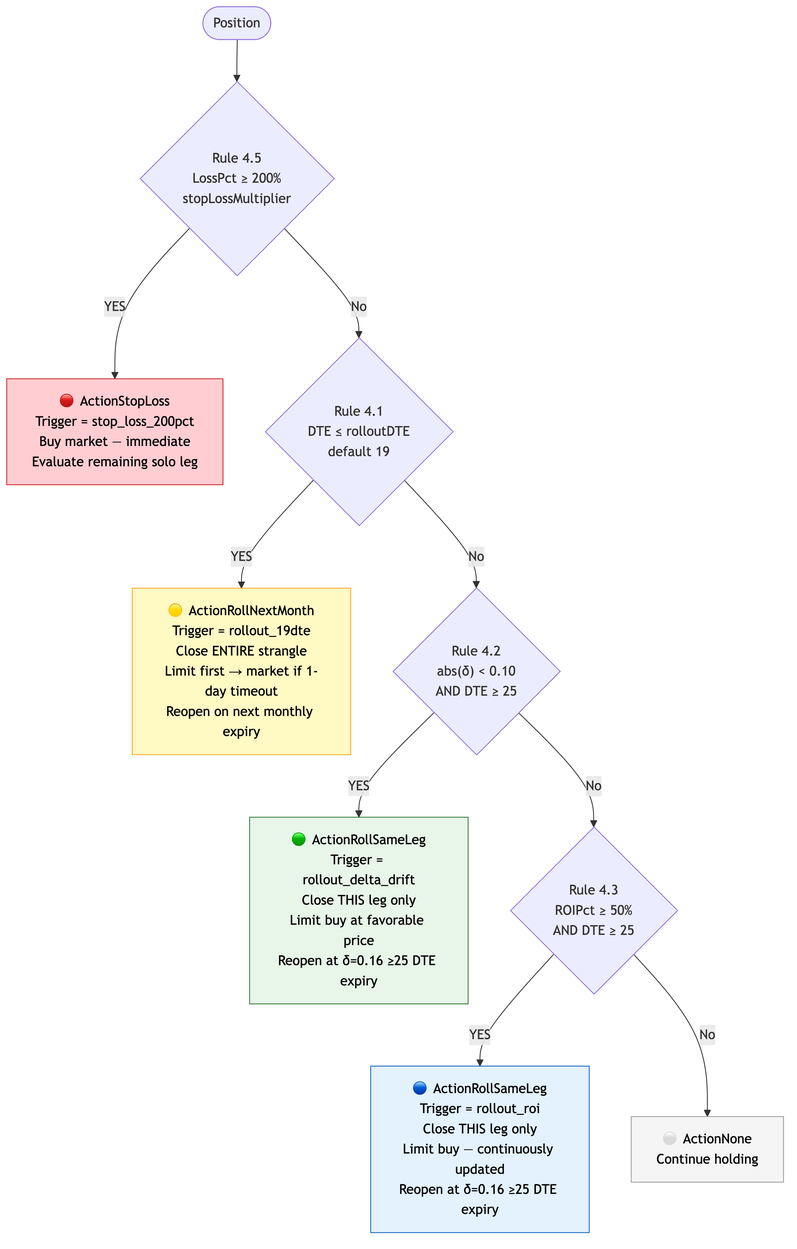
This is docs/strategy_rollout.png from rchau73/optionsBot, a Mermaid export, as it was before one commit. Its source is kept beside it as docs/strategy_rollout.mmd. Its diagram source:
```mermaid
flowchart TD
    A([Position]) --> B{Rule 4.5\nLossPct ≥ 200%\nstopLossMultiplier}
    B -->|"YES"| C["🔴 ActionStopLoss\nTrigger = stop_loss_200pct\nBuy market — immediate\nEvaluate remaining solo leg"]
    B -->|"No"| D{Rule 4.1\nDTE ≤ rolloutDTE\ndefault 19}
    D -->|"YES"| E["🟡 ActionRollNextMonth\nTrigger = rollout_19dte\nClose ENTIRE strangle\nLimit first → market if 1-day timeout\nReopen on next monthly expiry"]
    D -->|"No"| F{"Rule 4.2\nabs(δ) < 0.10\nAND DTE ≥ 25"}
    F -->|"YES"| G["🟢 ActionRollSameLeg\nTrigger = rollout_delta_drift\nClose THIS leg only\nLimit buy at favorable price\nReopen at δ=0.16 ≥25 DTE expiry"]
    F -->|"No"| H{"Rule 4.3\nROIPct ≥ 50%\nAND DTE ≥ 25"}
    H -->|"YES"| I["🔵 ActionRollSameLeg\nTrigger = rollout_roi\nClose THIS leg only\nLimit buy — continuously updated\nReopen at δ=0.16 ≥25 DTE expiry"]
    H -->|"No"| J["⚪ ActionNone\nContinue holding"]

    style C fill:#ffcdd2,stroke:#c62828,color:#000
    style E fill:#fff9c4,stroke:#f9a825,color:#000
    style G fill:#e8f5e9,stroke:#2e7d32,color:#000
    style I fill:#e3f2fd,stroke:#1565c0,color:#000
    style J fill:#f5f5f5,stroke:#9e9e9e,color:#000
```
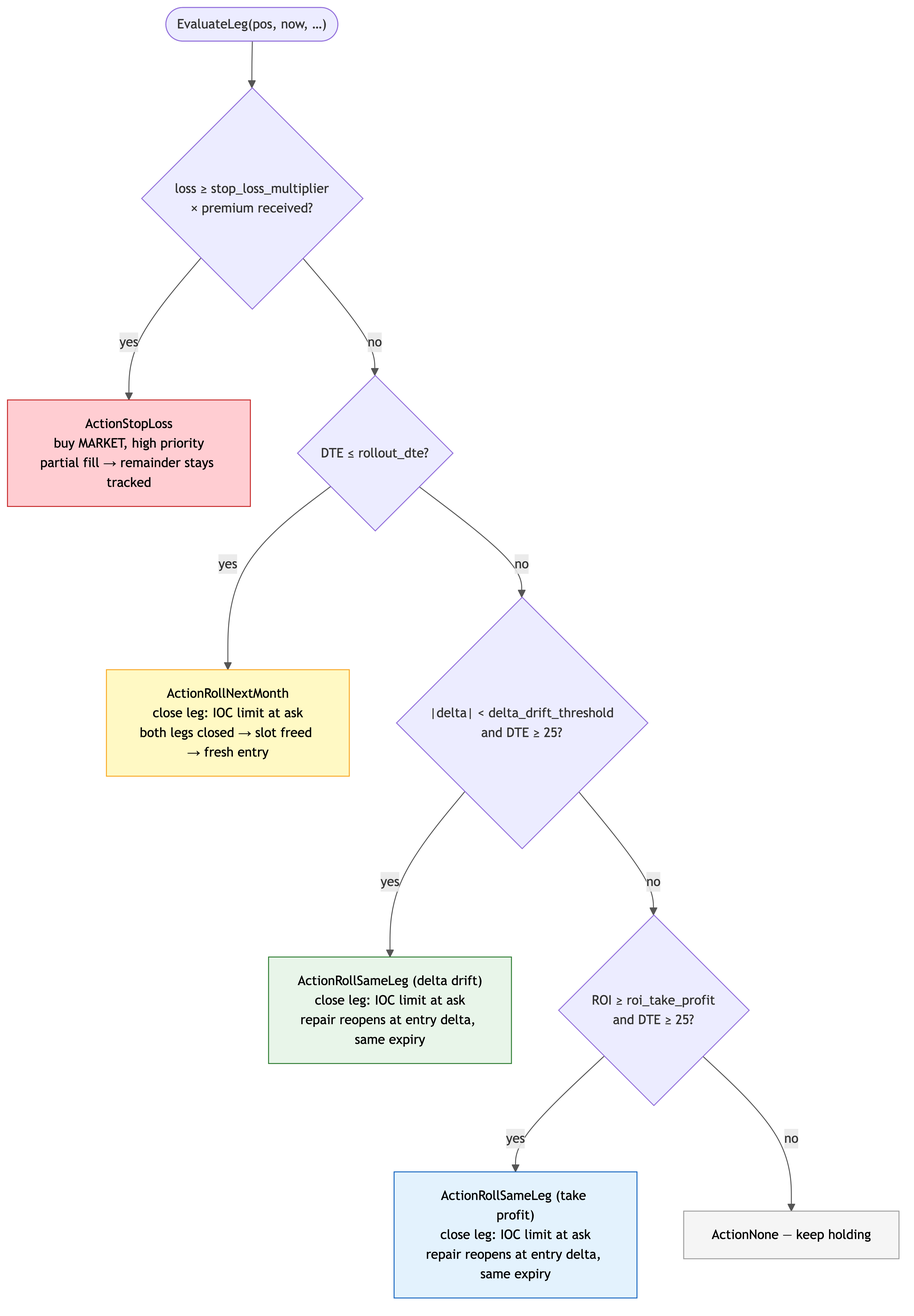
The same diagram one commit later.

The edit, as a diff of the source:
```diff
@@ -1,14 +1,13 @@
 flowchart TD
-    A([Position]) --> B{Rule 4.5\nLossPct ≥ 200%\nstopLossMultiplier}
-    B -->|"YES"| C["🔴 ActionStopLoss\nTrigger = stop_loss_200pct\nBuy market — immediate\nEvaluate remaining solo leg"]
-    B -->|"No"| D{Rule 4.1\nDTE ≤ rolloutDTE\ndefault 19}
-    D -->|"YES"| E["🟡 ActionRollNextMonth\nTrigger = rollout_19dte\nClose ENTIRE strangle\nLimit first → market if 1-day timeout\nReopen on next monthly expiry"]
-    D -->|"No"| F{"Rule 4.2\nabs(δ) < 0.10\nAND DTE ≥ 25"}
-    F -->|"YES"| G["🟢 ActionRollSameLeg\nTrigger = rollout_delta_drift\nClose THIS leg only\nLimit buy at favorable price\nReopen at δ=0.16 ≥25 DTE expiry"]
-    F -->|"No"| H{"Rule 4.3\nROIPct ≥ 50%\nAND DTE ≥ 25"}
-    H -->|"YES"| I["🔵 ActionRollSameLeg\nTrigger = rollout_roi\nClose THIS leg only\nLimit buy — continuously updated\nReopen at δ=0.16 ≥25 DTE expiry"]
-    H -->|"No"| J["⚪ ActionNone\nContinue holding"]
-
+    A(["EvaluateLeg(pos, now, …)"]) --> B{"loss ≥ stop_loss_multiplier<br/>× premium received?"}
+    B -- "yes" --> C["ActionStopLoss<br/>buy MARKET, high priority<br/>partial fill → remainder stays tracked"]
+    B -- "no" --> D{"DTE ≤ rollout_dte?"}
+    D -- "yes" --> E["ActionRollNextMonth<br/>close leg: IOC limit at ask<br/>both legs closed → slot freed → fresh entry"]
+    D -- "no" --> F{"|delta| < delta_drift_threshold<br/>and DTE ≥ 25?"}
+    F -- "yes" --> G["ActionRollSameLeg (delta drift)<br/>close leg: IOC limit at ask<br/>repair reopens at entry delta, same expiry"]
+    F -- "no" --> H{"ROI ≥ roi_take_profit<br/>and DTE ≥ 25?"}
+    H -- "yes" --> I["ActionRollSameLeg (take profit)<br/>close leg: IOC limit at ask<br/>repair reopens at entry delta, same expiry"]
+    H -- "no" --> J["ActionNone — keep holding"]
     style C fill:#ffcdd2,stroke:#c62828,color:#000
     style E fill:#fff9c4,stroke:#f9a825,color:#000
     style G fill:#e8f5e9,stroke:#2e7d32,color:#000
```
